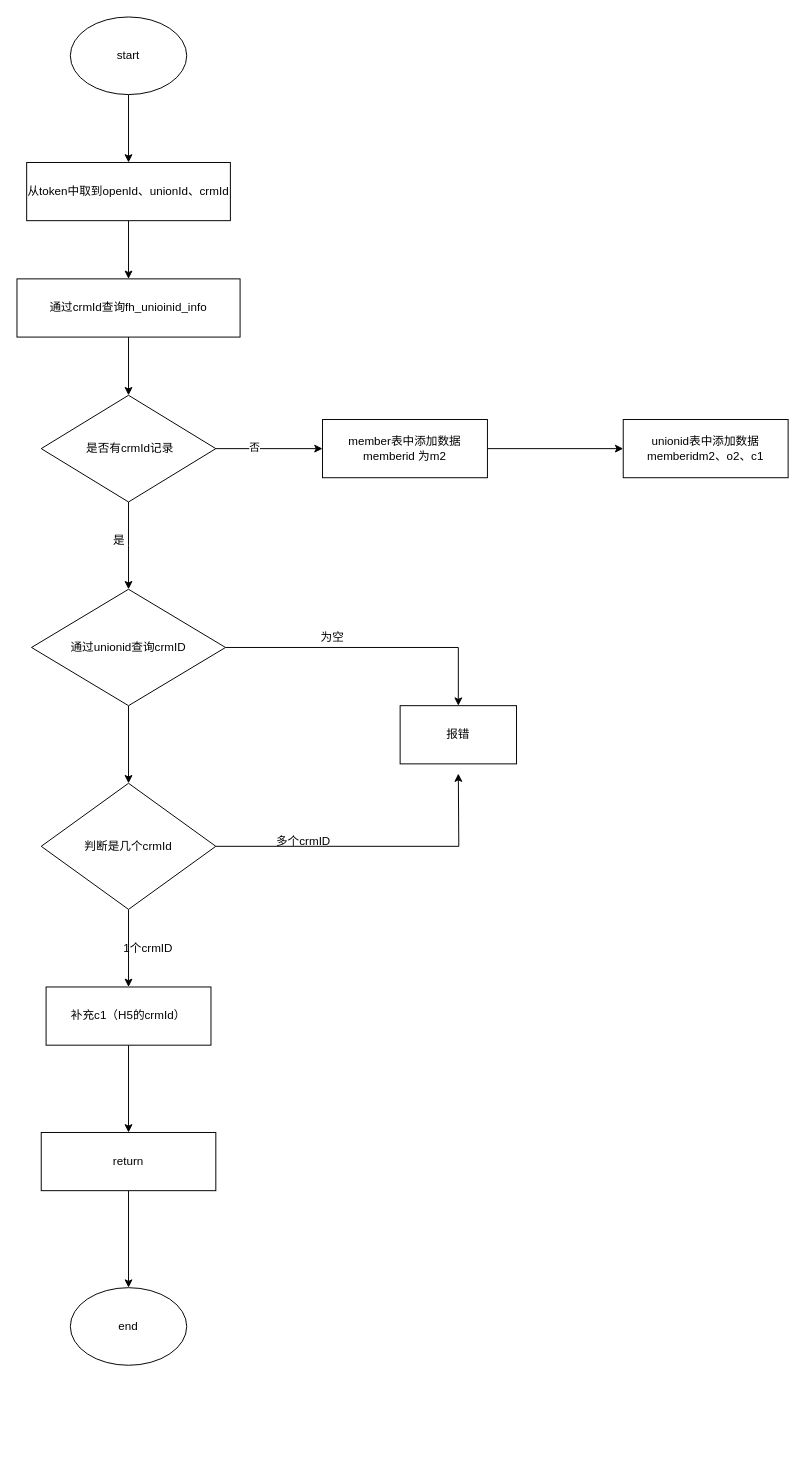
The draw.io diagram miniprojecttwo.drawio in FocusZhouGD/drawprogram, before the edit. Source tidied: cells renumbered, new cells numbered last; positions are measured from the earlier drawing's top-left corner, leaving out a move shared by most shapes. Both pictures are drawn from the tidied source at 97%, with x=0, y=0 at pixel (16, 16).
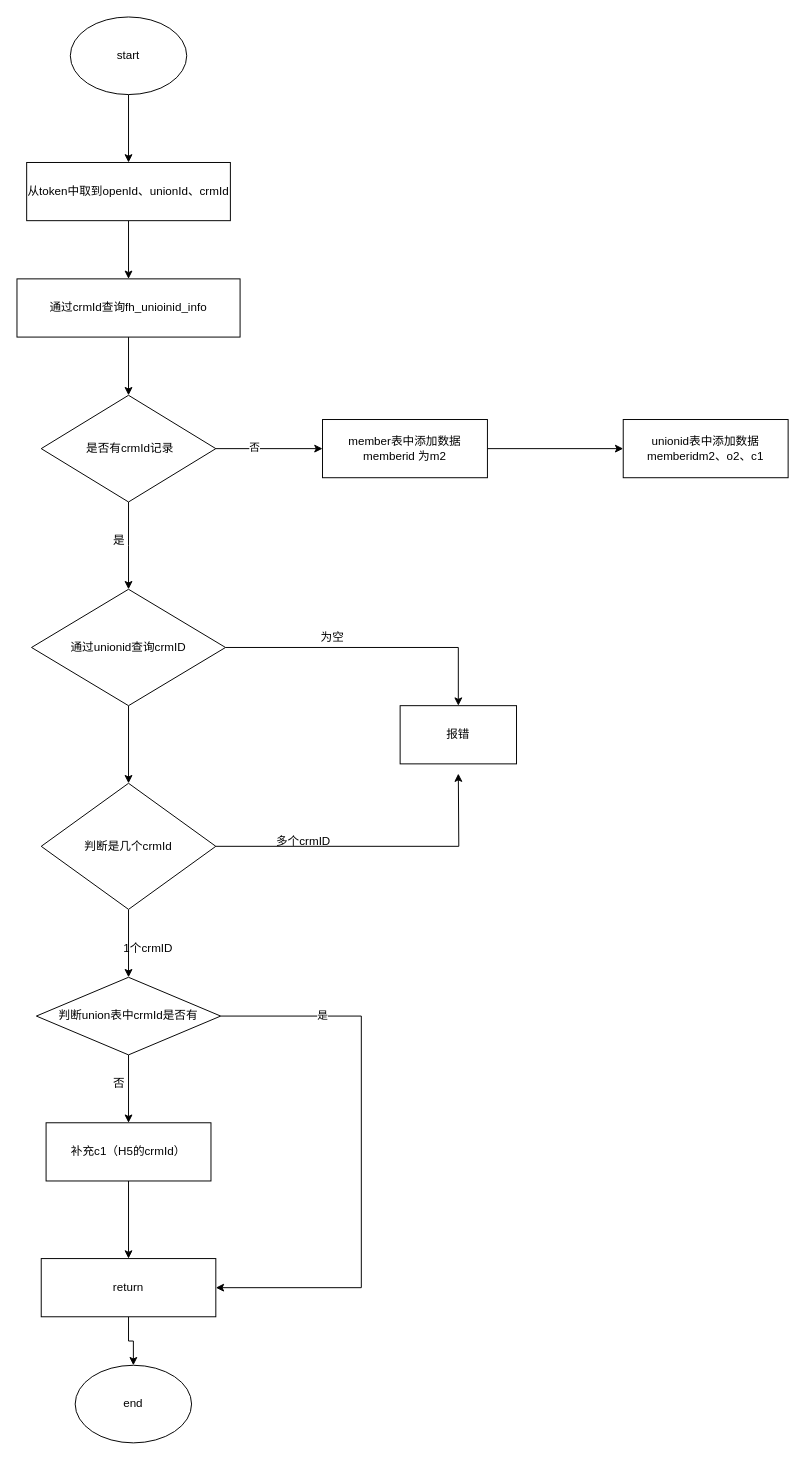
The same page after the edit.

Unchanged cells that the change refers to:
```xml
<mxCell id="21" value="判断是几个crmId" style="rhombus;whiteSpace=wrap;html=1;" parent="1" vertex="1">
  <mxGeometry x="25" y="790" width="180" height="130" as="geometry" />
</mxCell>
```

Change to the diagram source:
```diff
@@
-    <mxCell id="20" style="edgeStyle=orthogonalEdgeStyle;rounded=0;jettySize=auto;html=1;" parent="1" edge="1" source="21" target="26">
-      <mxGeometry relative="1" as="geometry" />
-    </mxCell>
+    <mxCell id="31" style="edgeStyle=orthogonalEdgeStyle;rounded=0;jettySize=auto;html=1;" parent="1" edge="1" source="21" target="35">
+      <mxGeometry relative="1" as="geometry" />
+    </mxCell>
@@
     <mxCell id="26" value="补充c1（H5的crmId）" style="rounded=0;whiteSpace=wrap;html=1;" parent="1" vertex="1">
-      <mxGeometry x="30" y="1000" width="170" height="60" as="geometry" />
+      <mxGeometry x="30" y="1140" width="170" height="60" as="geometry" />
     </mxCell>
@@
     <mxCell id="28" value="return" style="rounded=0;whiteSpace=wrap;html=1;" parent="1" vertex="1">
-      <mxGeometry x="25" y="1150" width="180" height="60" as="geometry" />
+      <mxGeometry x="25" y="1280" width="180" height="60" as="geometry" />
     </mxCell>
@@
     <mxCell id="30" value="end" style="ellipse;whiteSpace=wrap;html=1;" parent="1" vertex="1">
-      <mxGeometry x="55" y="1310" width="120" height="80" as="geometry" />
+      <mxGeometry x="60" y="1390" width="120" height="80" as="geometry" />
     </mxCell>
+    <mxCell id="32" style="edgeStyle=orthogonalEdgeStyle;rounded=0;jettySize=auto;html=1;" parent="1" edge="1" source="35" target="26">
+      <mxGeometry relative="1" as="geometry" />
+    </mxCell>
+    <mxCell id="33" style="edgeStyle=orthogonalEdgeStyle;rounded=0;jettySize=auto;html=1;entryX=1;entryY=0.5;entryDx=0;entryDy=0;" parent="1" edge="1" source="35" target="28">
+      <mxGeometry relative="1" as="geometry">
+        <Array as="points">
+          <mxPoint x="355" y="1030" />
+          <mxPoint x="355" y="1310" />
+        </Array>
+      </mxGeometry>
+    </mxCell>
+    <mxCell id="34" value="是" style="edgeLabel;html=1;align=center;verticalAlign=middle;" parent="33" vertex="1">
+      <mxGeometry x="-0.64" y="1" relative="1" as="geometry" />
+    </mxCell>
+    <mxCell id="35" value="判断union表中crmId是否有" style="rhombus;whiteSpace=wrap;html=1;" parent="1" vertex="1">
+      <mxGeometry x="20" y="990" width="190" height="80" as="geometry" />
+    </mxCell>
+    <mxCell id="36" value="否" style="text;html=1;align=center;verticalAlign=middle;strokeColor=none;" parent="1" vertex="1">
+      <mxGeometry x="90" y="1090" width="30" height="20" as="geometry" />
+    </mxCell>
```
